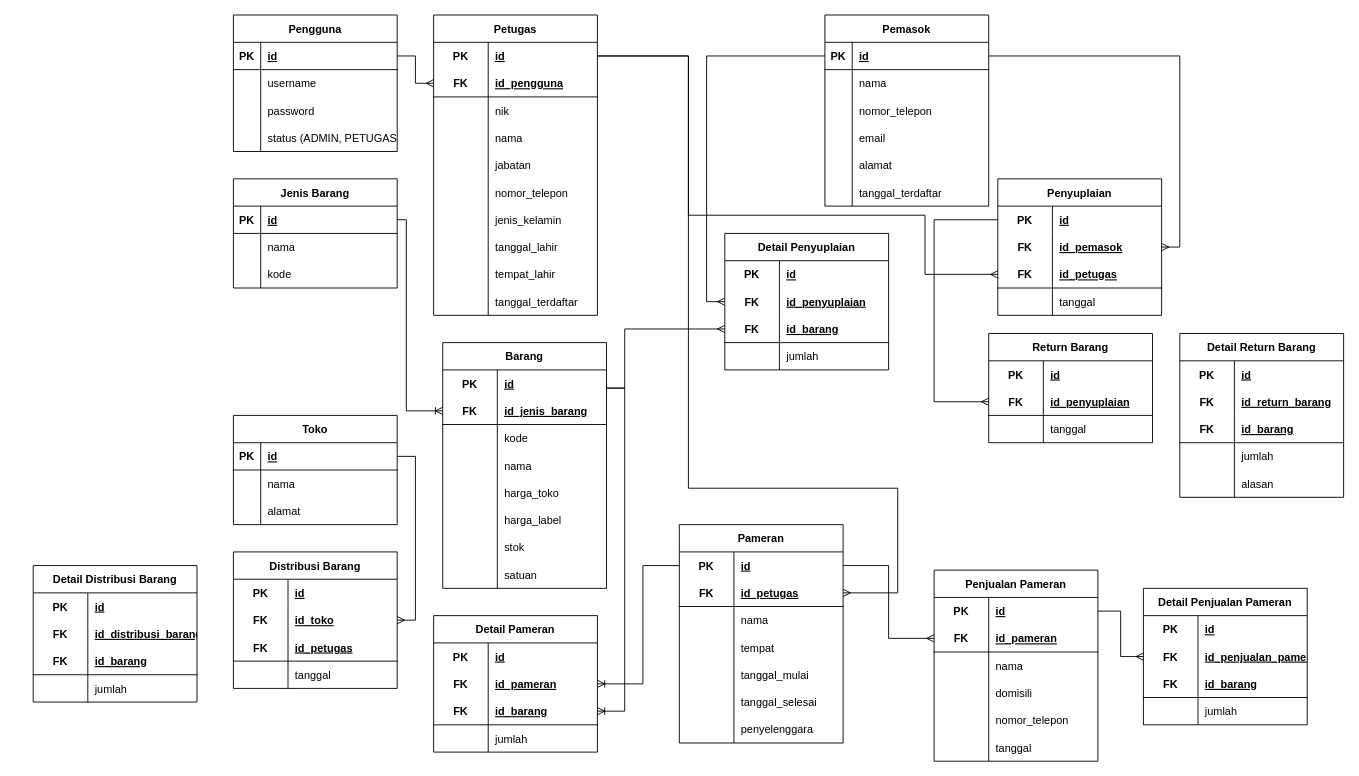
This is db/Database Schema.drawio from yafizh/Aplikasi-Gudang-The-Zamrud-Jewellery, a draw.io file, before an edit. Source tidied: cells renumbered, new cells numbered last; positions are measured from the earlier drawing's top-left corner, leaving out a move shared by most shapes. Both pictures are drawn from the tidied source at 91%, with x=0, y=0 at pixel (33, 15).
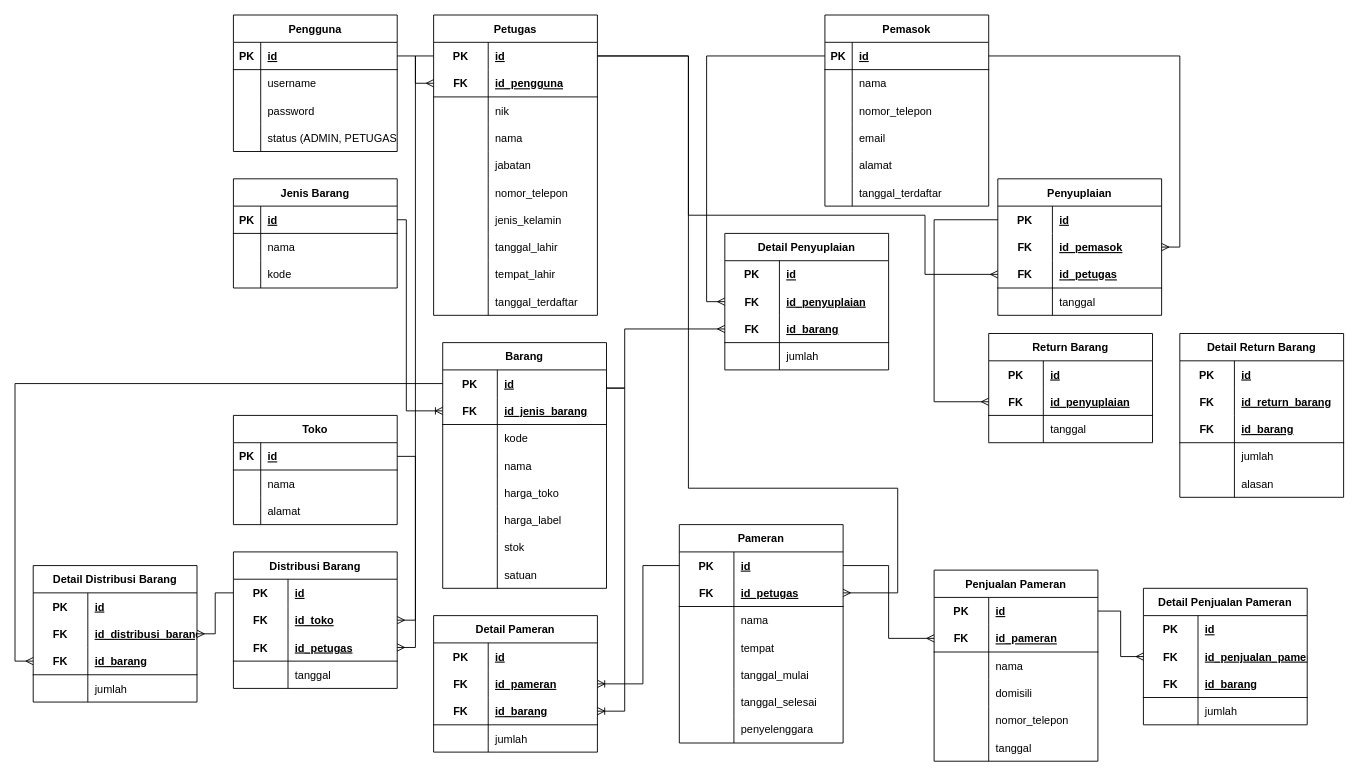
The same diagram, later.

Unchanged cells that the change refers to:
```xml
<mxCell id="3" style="shape=tableRow;horizontal=0;startSize=0;swimlaneHead=0;swimlaneBody=0;fillColor=none;points=[[0,0.5],[1,0.5]];portConstraint=eastwest;top=0;left=0;right=0;bottom=0;" parent="2" vertex="1">
  <mxGeometry y="30" width="180" height="30" as="geometry" />
</mxCell>
<mxCell id="57" style="shape=tableRow;horizontal=0;startSize=0;swimlaneHead=0;swimlaneBody=0;fillColor=none;points=[[0,0.5],[1,0.5]];portConstraint=eastwest;top=0;left=0;right=0;bottom=0;" parent="56" vertex="1">
  <mxGeometry y="30" width="180" height="30" as="geometry" />
</mxCell>
<mxCell id="242" style="shape=tableRow;horizontal=0;startSize=0;swimlaneHead=0;swimlaneBody=0;fillColor=none;points=[[0,0.5],[1,0.5]];portConstraint=eastwest;top=0;left=0;right=0;bottom=0;" parent="241" vertex="1">
  <mxGeometry y="30" width="180" height="30" as="geometry" />
</mxCell>
<mxCell id="248" style="shape=tableRow;horizontal=0;startSize=0;swimlaneHead=0;swimlaneBody=0;fillColor=none;points=[[0,0.5],[1,0.5]];portConstraint=eastwest;top=0;left=0;right=0;bottom=1;" parent="241" vertex="1">
  <mxGeometry y="90" width="180" height="30" as="geometry" />
</mxCell>
<mxCell id="258" style="shape=tableRow;horizontal=0;startSize=0;swimlaneHead=0;swimlaneBody=0;fillColor=none;points=[[0,0.5],[1,0.5]];portConstraint=eastwest;top=0;left=0;right=0;bottom=0;" parent="254" vertex="1">
  <mxGeometry y="60" width="180" height="30" as="geometry" />
</mxCell>
<mxCell id="261" style="shape=tableRow;horizontal=0;startSize=0;swimlaneHead=0;swimlaneBody=0;fillColor=none;points=[[0,0.5],[1,0.5]];portConstraint=eastwest;top=0;left=0;right=0;bottom=1;" parent="254" vertex="1">
  <mxGeometry y="90" width="180" height="30" as="geometry" />
</mxCell>
```

What changed in the source:
```diff
@@
+    <mxCell id="268" style="edgeStyle=orthogonalEdgeStyle;rounded=0;jettySize=auto;html=1;entryX=1;entryY=0.5;entryDx=0;entryDy=0;endArrow=ERmany;endFill=0;" parent="1" edge="1" source="242" target="258">
+      <mxGeometry relative="1" as="geometry" />
+    </mxCell>
+    <mxCell id="269" style="edgeStyle=orthogonalEdgeStyle;rounded=0;jettySize=auto;html=1;entryX=0;entryY=0.5;entryDx=0;entryDy=0;endArrow=ERmany;endFill=0;" parent="1" edge="1" source="57" target="261">
+      <mxGeometry relative="1" as="geometry" />
+    </mxCell>
+    <mxCell id="270" style="edgeStyle=orthogonalEdgeStyle;rounded=0;jettySize=auto;html=1;entryX=1;entryY=0.5;entryDx=0;entryDy=0;endArrow=ERmany;endFill=0;" parent="1" edge="1" source="3" target="248">
+      <mxGeometry relative="1" as="geometry" />
+    </mxCell>
```
